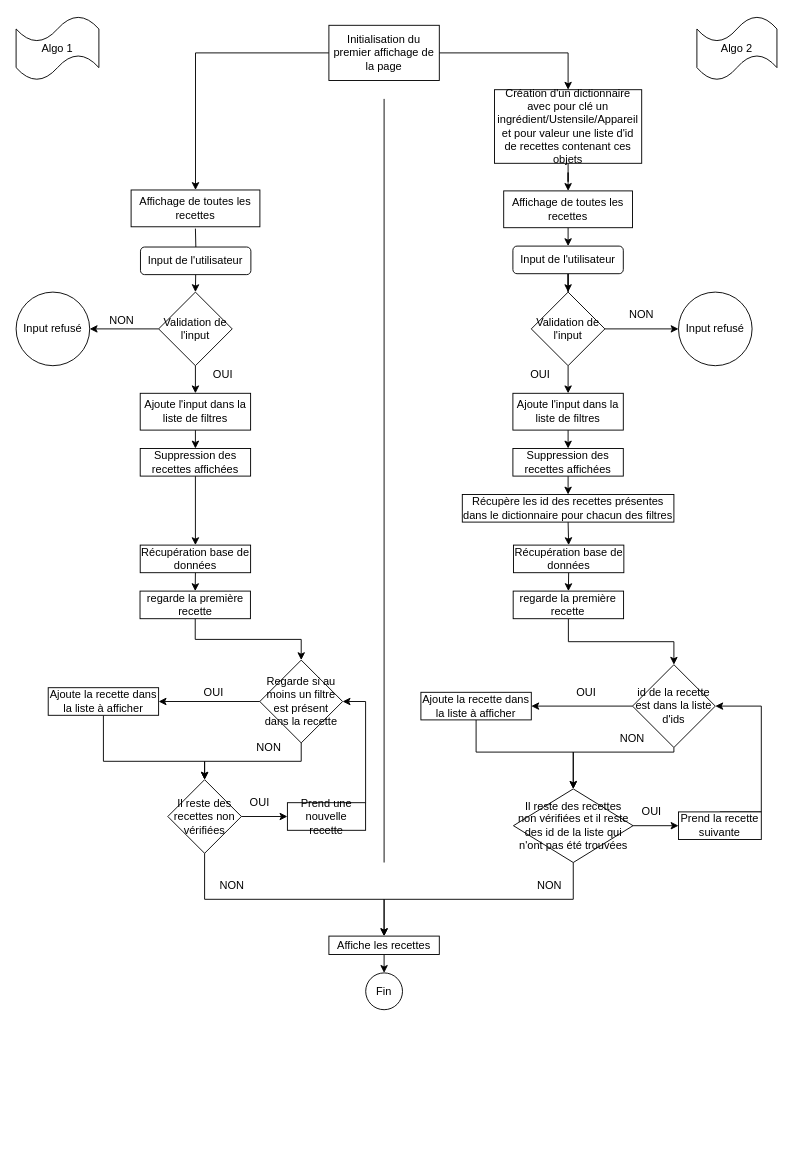
The draw.io diagram Diagramme sans nom.drawio in Antonin81/Les-petits-plats, before the edit. Source tidied: cells renumbered, new cells numbered last; positions are measured from the earlier drawing's top-left corner, leaving out a move shared by most shapes. Both pictures are drawn from the tidied source at 92%, with x=0, y=0 at pixel (16, 16).
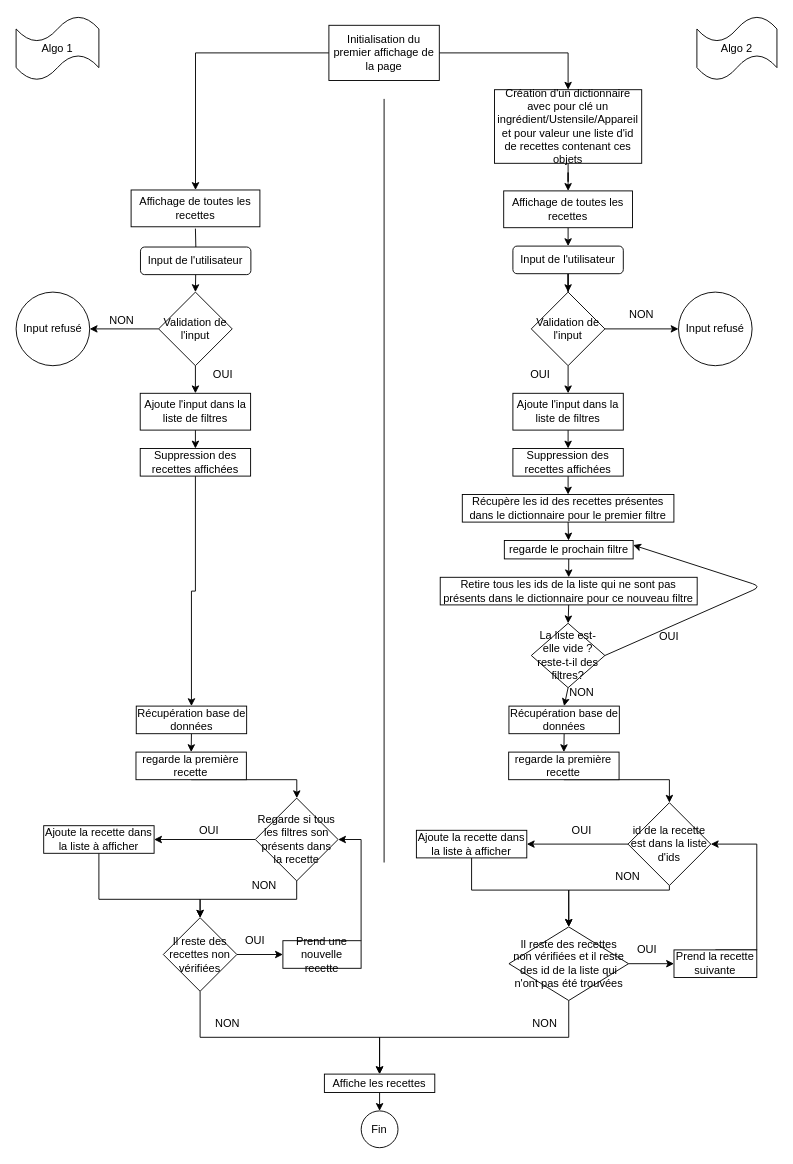
The same diagram, later.

Commit message (it also covers changes not shown here):
initialisation de l'algo 2 et restructuration de cet algo

What changed in the source:
```diff
@@
     <mxCell id="30" value="Récupération base de données" style="rounded=0;whiteSpace=wrap;html=1;" parent="1" vertex="1">
-      <mxGeometry x="134.9" y="575" width="120" height="30" as="geometry" />
+      <mxGeometry x="130.6" y="750" width="120" height="30" as="geometry" />
     </mxCell>
     <mxCell id="31" style="edgeStyle=orthogonalEdgeStyle;rounded=0;jettySize=auto;html=1;exitX=0.5;exitY=1;exitDx=0;exitDy=0;" parent="1" edge="1" source="32" target="37">
-      <mxGeometry relative="1" as="geometry" />
+      <mxGeometry relative="1" as="geometry">
+        <Array as="points">
+          <mxPoint x="305.1" y="830" />
+        </Array>
+      </mxGeometry>
     </mxCell>
     <mxCell id="32" value="regarde la première recette" style="rounded=0;whiteSpace=wrap;html=1;" parent="1" vertex="1">
-      <mxGeometry x="134.7" y="625" width="120" height="30" as="geometry" />
+      <mxGeometry x="130.3" y="800" width="120" height="30" as="geometry" />
     </mxCell>
@@
-    <mxCell id="37" value="Regarde si au moins un filtre est présent dans la recette" style="rhombus;whiteSpace=wrap;html=1;" parent="1" vertex="1">
-      <mxGeometry x="264.9" y="700" width="90" height="90" as="geometry" />
+    <mxCell id="37" value="Regarde si tous les filtres son présents dans la recette" style="rhombus;whiteSpace=wrap;html=1;" parent="1" vertex="1">
+      <mxGeometry x="260" y="850" width="90" height="90" as="geometry" />
     </mxCell>
     <mxCell id="38" style="edgeStyle=orthogonalEdgeStyle;rounded=0;jettySize=auto;html=1;exitX=0.5;exitY=1;exitDx=0;exitDy=0;entryX=0.5;entryY=0;entryDx=0;entryDy=0;" parent="1" edge="1" source="39" target="43">
       <mxGeometry relative="1" as="geometry">
         <Array as="points">
-          <mxPoint x="94.9" y="810" />
-          <mxPoint x="204.9" y="810" />
+          <mxPoint x="90" y="960" />
+          <mxPoint x="200" y="960" />
         </Array>
       </mxGeometry>
     </mxCell>
     <mxCell id="39" value="Ajoute la recette dans la liste à afficher" style="rounded=0;whiteSpace=wrap;html=1;" parent="1" vertex="1">
-      <mxGeometry x="34.9" y="730" width="120" height="30" as="geometry" />
+      <mxGeometry x="30" y="880" width="120" height="30" as="geometry" />
     </mxCell>
     <mxCell id="40" value="OUI" style="text;html=1;strokeColor=none;fillColor=none;align=center;verticalAlign=middle;whiteSpace=wrap;rounded=0;" parent="1" vertex="1">
-      <mxGeometry x="184.9" y="720" width="60" height="30" as="geometry" />
+      <mxGeometry x="180" y="870" width="60" height="30" as="geometry" />
     </mxCell>
@@
-    <mxCell id="42" style="edgeStyle=orthogonalEdgeStyle;rounded=0;jettySize=auto;html=1;exitX=0.5;exitY=1;exitDx=0;exitDy=0;" parent="1" edge="1" source="43" target="49">
+    <mxCell id="42" style="edgeStyle=orthogonalEdgeStyle;rounded=0;jettySize=auto;html=1;exitX=0.5;exitY=1;exitDx=0;exitDy=0;entryX=0.5;entryY=0;entryDx=0;entryDy=0;" parent="1" edge="1" source="43" target="49">
       <mxGeometry relative="1" as="geometry">
         <Array as="points">
-          <mxPoint x="205" y="960" />
-          <mxPoint x="400" y="960" />
+          <mxPoint x="200" y="1110" />
+          <mxPoint x="395" y="1110" />
         </Array>
       </mxGeometry>
     </mxCell>
     <mxCell id="43" value="Il reste des recettes non vérifiées" style="rhombus;whiteSpace=wrap;html=1;" parent="1" vertex="1">
-      <mxGeometry x="164.9" y="830" width="80" height="80" as="geometry" />
+      <mxGeometry x="160" y="980" width="80" height="80" as="geometry" />
     </mxCell>
     <mxCell id="44" value="NON" style="text;html=1;strokeColor=none;fillColor=none;align=center;verticalAlign=middle;whiteSpace=wrap;rounded=0;" parent="1" vertex="1">
-      <mxGeometry x="244.9" y="780" width="60" height="30" as="geometry" />
+      <mxGeometry x="240" y="930" width="60" height="30" as="geometry" />
     </mxCell>
     <mxCell id="45" style="edgeStyle=orthogonalEdgeStyle;rounded=0;jettySize=auto;html=1;exitX=1;exitY=0;exitDx=0;exitDy=0;entryX=1;entryY=0.5;entryDx=0;entryDy=0;" parent="1" edge="1" source="46" target="37">
       <mxGeometry relative="1" as="geometry">
         <Array as="points">
-          <mxPoint x="380" y="745" />
+          <mxPoint x="375.1" y="895" />
         </Array>
       </mxGeometry>
     </mxCell>
     <mxCell id="46" value="Prend une nouvelle recette" style="rounded=0;whiteSpace=wrap;html=1;" parent="1" vertex="1">
-      <mxGeometry x="294.9" y="855" width="85" height="30" as="geometry" />
+      <mxGeometry x="290" y="1005" width="85" height="30" as="geometry" />
     </mxCell>
     <mxCell id="47" value="OUI" style="text;html=1;strokeColor=none;fillColor=none;align=center;verticalAlign=middle;whiteSpace=wrap;rounded=0;" parent="1" vertex="1">
-      <mxGeometry x="234.9" y="840" width="60" height="30" as="geometry" />
+      <mxGeometry x="230" y="990" width="60" height="30" as="geometry" />
     </mxCell>
@@
     <mxCell id="49" value="Affiche les recettes" style="rounded=0;whiteSpace=wrap;html=1;" parent="1" vertex="1">
-      <mxGeometry x="340" y="1000" width="120" height="20" as="geometry" />
+      <mxGeometry x="335.1" y="1150" width="120" height="20" as="geometry" />
     </mxCell>
     <mxCell id="50" value="Fin" style="ellipse;whiteSpace=wrap;html=1;" parent="1" vertex="1">
-      <mxGeometry x="380" y="1040" width="40" height="40" as="geometry" />
+      <mxGeometry x="375.1" y="1190" width="40" height="40" as="geometry" />
     </mxCell>
@@
-    <mxCell id="58" style="edgeStyle=orthogonalEdgeStyle;rounded=0;jettySize=auto;html=1;exitX=0.5;exitY=1;exitDx=0;exitDy=0;entryX=0.5;entryY=0;entryDx=0;entryDy=0;" parent="1" edge="1" source="59" target="61">
-      <mxGeometry relative="1" as="geometry" />
-    </mxCell>
+    <mxCell id="79" style="edgeStyle=none;html=1;exitX=0.5;exitY=1;exitDx=0;exitDy=0;" parent="1" edge="1" source="59" target="81">
+      <mxGeometry relative="1" as="geometry" />
+    </mxCell>
-    <mxCell id="59" value="Récupère les id des recettes présentes dans le dictionnaire pour chacun des filtres" style="rounded=0;whiteSpace=wrap;html=1;" parent="1" vertex="1">
+    <mxCell id="59" value="Récupère les id des recettes présentes dans le dictionnaire pour le premier filtre" style="rounded=0;whiteSpace=wrap;html=1;" parent="1" vertex="1">
       <mxGeometry x="485" y="520" width="230" height="30" as="geometry" />
     </mxCell>
@@
     <mxCell id="61" value="Récupération base de données" style="rounded=0;whiteSpace=wrap;html=1;" parent="1" vertex="1">
-      <mxGeometry x="540.6" y="575" width="120" height="30" as="geometry" />
+      <mxGeometry x="535.7" y="750" width="120" height="30" as="geometry" />
     </mxCell>
     <mxCell id="62" style="edgeStyle=orthogonalEdgeStyle;rounded=0;jettySize=auto;html=1;exitX=0.5;exitY=1;exitDx=0;exitDy=0;" parent="1" edge="1" source="63" target="66">
-      <mxGeometry relative="1" as="geometry" />
+      <mxGeometry relative="1" as="geometry">
+        <Array as="points">
+          <mxPoint x="710.1" y="830" />
+        </Array>
+      </mxGeometry>
     </mxCell>
     <mxCell id="63" value="regarde la première recette" style="rounded=0;whiteSpace=wrap;html=1;" parent="1" vertex="1">
-      <mxGeometry x="540.3" y="625" width="120" height="30" as="geometry" />
+      <mxGeometry x="535.4" y="800" width="120" height="30" as="geometry" />
     </mxCell>
@@
     <mxCell id="65" style="edgeStyle=orthogonalEdgeStyle;rounded=0;jettySize=auto;html=1;exitX=0.5;exitY=1;exitDx=0;exitDy=0;entryX=0.5;entryY=0;entryDx=0;entryDy=0;" parent="1" edge="1" source="66" target="73">
       <mxGeometry relative="1" as="geometry">
         <Array as="points">
-          <mxPoint x="715" y="800" />
-          <mxPoint x="606" y="800" />
-          <mxPoint x="606" y="840" />
+          <mxPoint x="710.1" y="950" />
+          <mxPoint x="601.1" y="950" />
+          <mxPoint x="601.1" y="990" />
         </Array>
       </mxGeometry>
     </mxCell>
     <mxCell id="66" value="id de la recette est dans la liste d'ids" style="rhombus;whiteSpace=wrap;html=1;" parent="1" vertex="1">
-      <mxGeometry x="670" y="705" width="90" height="90" as="geometry" />
+      <mxGeometry x="665.1" y="855" width="90" height="90" as="geometry" />
     </mxCell>
     <mxCell id="67" style="edgeStyle=orthogonalEdgeStyle;rounded=0;jettySize=auto;html=1;entryX=0.5;entryY=0;entryDx=0;entryDy=0;exitX=0.5;exitY=1;exitDx=0;exitDy=0;" parent="1" edge="1" source="70" target="73">
       <mxGeometry relative="1" as="geometry">
         <Array as="points">
-          <mxPoint x="500" y="800" />
-          <mxPoint x="606" y="800" />
-          <mxPoint x="606" y="840" />
+          <mxPoint x="495.1" y="950" />
+          <mxPoint x="601.1" y="950" />
+          <mxPoint x="601.1" y="990" />
         </Array>
       </mxGeometry>
     </mxCell>
     <mxCell id="68" value="OUI" style="text;html=1;strokeColor=none;fillColor=none;align=center;verticalAlign=middle;whiteSpace=wrap;rounded=0;" parent="1" vertex="1">
-      <mxGeometry x="590" y="720" width="60" height="30" as="geometry" />
+      <mxGeometry x="585.1" y="870" width="60" height="30" as="geometry" />
     </mxCell>
     <mxCell id="69" value="NON" style="text;html=1;strokeColor=none;fillColor=none;align=center;verticalAlign=middle;whiteSpace=wrap;rounded=0;" parent="1" vertex="1">
-      <mxGeometry x="640" y="770" width="60" height="30" as="geometry" />
+      <mxGeometry x="635.1" y="920" width="60" height="30" as="geometry" />
     </mxCell>
     <mxCell id="70" value="Ajoute la recette dans la liste à afficher" style="rounded=0;whiteSpace=wrap;html=1;" parent="1" vertex="1">
-      <mxGeometry x="440" y="735" width="120" height="30" as="geometry" />
+      <mxGeometry x="435.1" y="885" width="120" height="30" as="geometry" />
     </mxCell>
@@
     <mxCell id="73" value="Il reste des recettes non vérifiées et il reste des id de la liste qui n'ont pas été trouvées" style="rhombus;whiteSpace=wrap;html=1;" parent="1" vertex="1">
-      <mxGeometry x="540.6" y="840" width="130" height="80" as="geometry" />
+      <mxGeometry x="535.7" y="990" width="130" height="80" as="geometry" />
     </mxCell>
     <mxCell id="74" value="NON" style="text;html=1;strokeColor=none;fillColor=none;align=center;verticalAlign=middle;whiteSpace=wrap;rounded=0;" parent="1" vertex="1">
-      <mxGeometry x="204.9" y="930" width="60" height="30" as="geometry" />
+      <mxGeometry x="200" y="1080" width="60" height="30" as="geometry" />
     </mxCell>
     <mxCell id="75" style="edgeStyle=orthogonalEdgeStyle;rounded=0;jettySize=auto;html=1;exitX=0.5;exitY=0;exitDx=0;exitDy=0;entryX=1;entryY=0.5;entryDx=0;entryDy=0;" parent="1" edge="1" source="76" target="66">
       <mxGeometry relative="1" as="geometry">
         <Array as="points">
-          <mxPoint x="810" y="865" />
-          <mxPoint x="810" y="750" />
+          <mxPoint x="805.1" y="1015" />
+          <mxPoint x="805.1" y="900" />
         </Array>
       </mxGeometry>
     </mxCell>
     <mxCell id="76" value="Prend la recette suivante" style="rounded=0;whiteSpace=wrap;html=1;" parent="1" vertex="1">
-      <mxGeometry x="720" y="865" width="90" height="30" as="geometry" />
+      <mxGeometry x="715.1" y="1015" width="90" height="30" as="geometry" />
     </mxCell>
     <mxCell id="77" value="OUI" style="text;html=1;strokeColor=none;fillColor=none;align=center;verticalAlign=middle;whiteSpace=wrap;rounded=0;" parent="1" vertex="1">
-      <mxGeometry x="660.6" y="850" width="60" height="30" as="geometry" />
+      <mxGeometry x="655.7" y="1000" width="60" height="30" as="geometry" />
     </mxCell>
     <mxCell id="78" value="NON" style="text;html=1;strokeColor=none;fillColor=none;align=center;verticalAlign=middle;whiteSpace=wrap;rounded=0;" parent="1" vertex="1">
-      <mxGeometry x="550" y="930" width="60" height="30" as="geometry" />
+      <mxGeometry x="545.1" y="1080" width="60" height="30" as="geometry" />
     </mxCell>
+    <mxCell id="80" style="edgeStyle=none;html=1;exitX=0.5;exitY=1;exitDx=0;exitDy=0;entryX=0.5;entryY=0;entryDx=0;entryDy=0;" parent="1" edge="1" source="81" target="83">
+      <mxGeometry relative="1" as="geometry" />
+    </mxCell>
+    <mxCell id="81" value="regarde le prochain filtre" style="rounded=0;whiteSpace=wrap;html=1;" parent="1" vertex="1">
+      <mxGeometry x="530.7" y="570" width="140" height="20" as="geometry" />
+    </mxCell>
+    <mxCell id="82" style="edgeStyle=none;html=1;exitX=0.5;exitY=1;exitDx=0;exitDy=0;entryX=0.5;entryY=0;entryDx=0;entryDy=0;" parent="1" edge="1" source="83" target="86">
+      <mxGeometry relative="1" as="geometry" />
+    </mxCell>
+    <mxCell id="83" value="Retire tous les ids de la liste qui ne sont pas présents dans le dictionnaire pour ce nouveau filtre" style="rounded=0;whiteSpace=wrap;html=1;" parent="1" vertex="1">
+      <mxGeometry x="461" y="610" width="279.3" height="30" as="geometry" />
+    </mxCell>
+    <mxCell id="84" style="edgeStyle=none;html=1;exitX=1;exitY=0.5;exitDx=0;exitDy=0;entryX=1;entryY=0.25;entryDx=0;entryDy=0;" parent="1" edge="1" source="86" target="81">
+      <mxGeometry relative="1" as="geometry">
+        <Array as="points">
+          <mxPoint x="810" y="620" />
+        </Array>
+      </mxGeometry>
+    </mxCell>
+    <mxCell id="85" style="edgeStyle=none;html=1;exitX=0.5;exitY=1;exitDx=0;exitDy=0;entryX=0.5;entryY=0;entryDx=0;entryDy=0;" parent="1" edge="1" source="86" target="61">
+      <mxGeometry relative="1" as="geometry" />
+    </mxCell>
+    <mxCell id="86" value="La liste est-elle vide ? reste-t-il des filtres?" style="rhombus;whiteSpace=wrap;html=1;" parent="1" vertex="1">
+      <mxGeometry x="560" y="660" width="80" height="70" as="geometry" />
+    </mxCell>
+    <mxCell id="87" value="OUI" style="text;html=1;strokeColor=none;fillColor=none;align=center;verticalAlign=middle;whiteSpace=wrap;rounded=0;" parent="1" vertex="1">
+      <mxGeometry x="680.3" y="660" width="60" height="30" as="geometry" />
+    </mxCell>
+    <mxCell id="88" value="NON" style="text;html=1;strokeColor=none;fillColor=none;align=center;verticalAlign=middle;whiteSpace=wrap;rounded=0;" parent="1" vertex="1">
+      <mxGeometry x="585.1" y="720" width="60" height="30" as="geometry" />
+    </mxCell>
```
